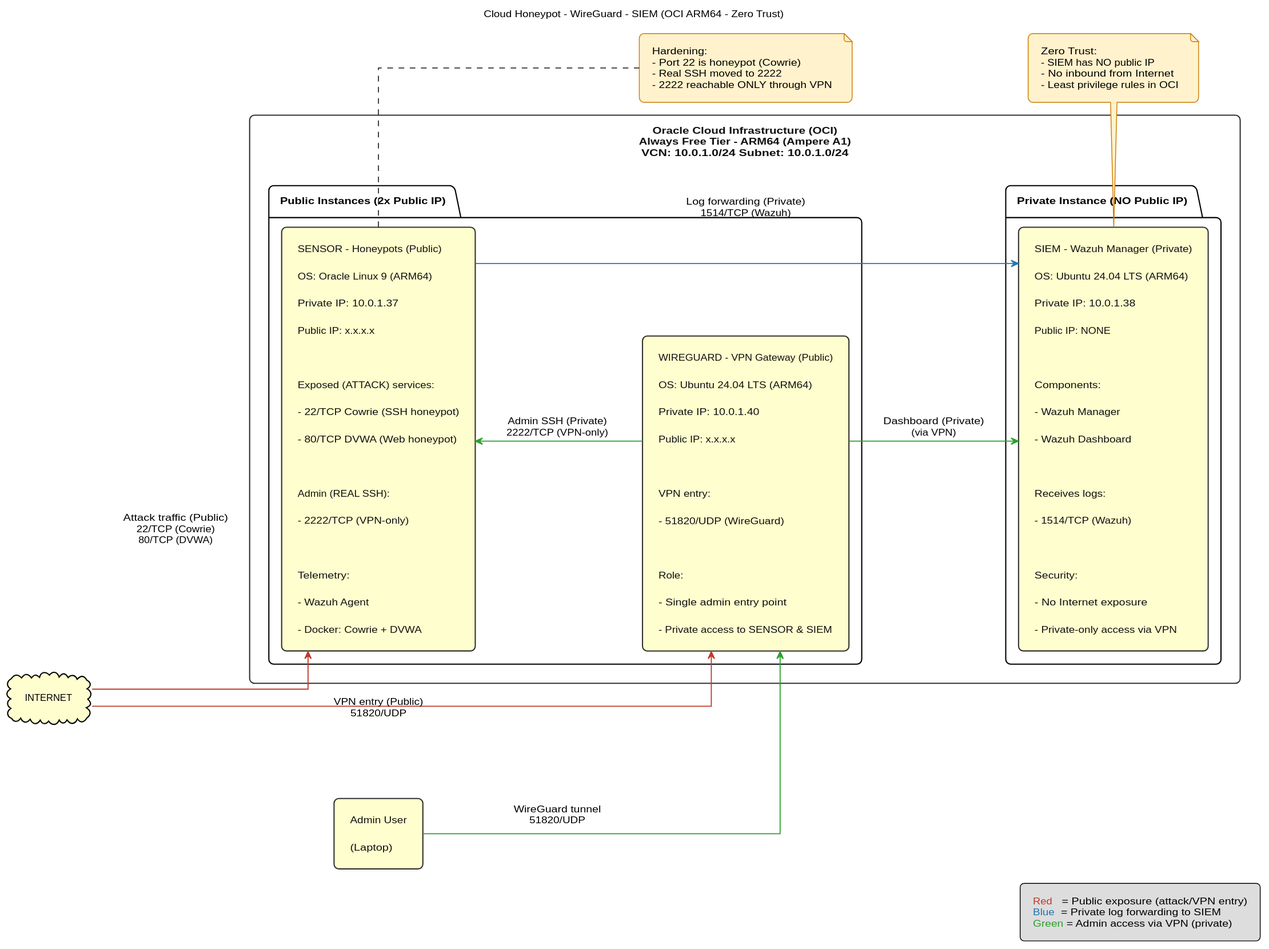
The PlantUML diagram diagrams/topologia.svg in Daizfer/honeypot-oraclecloud-siem, before a commit.
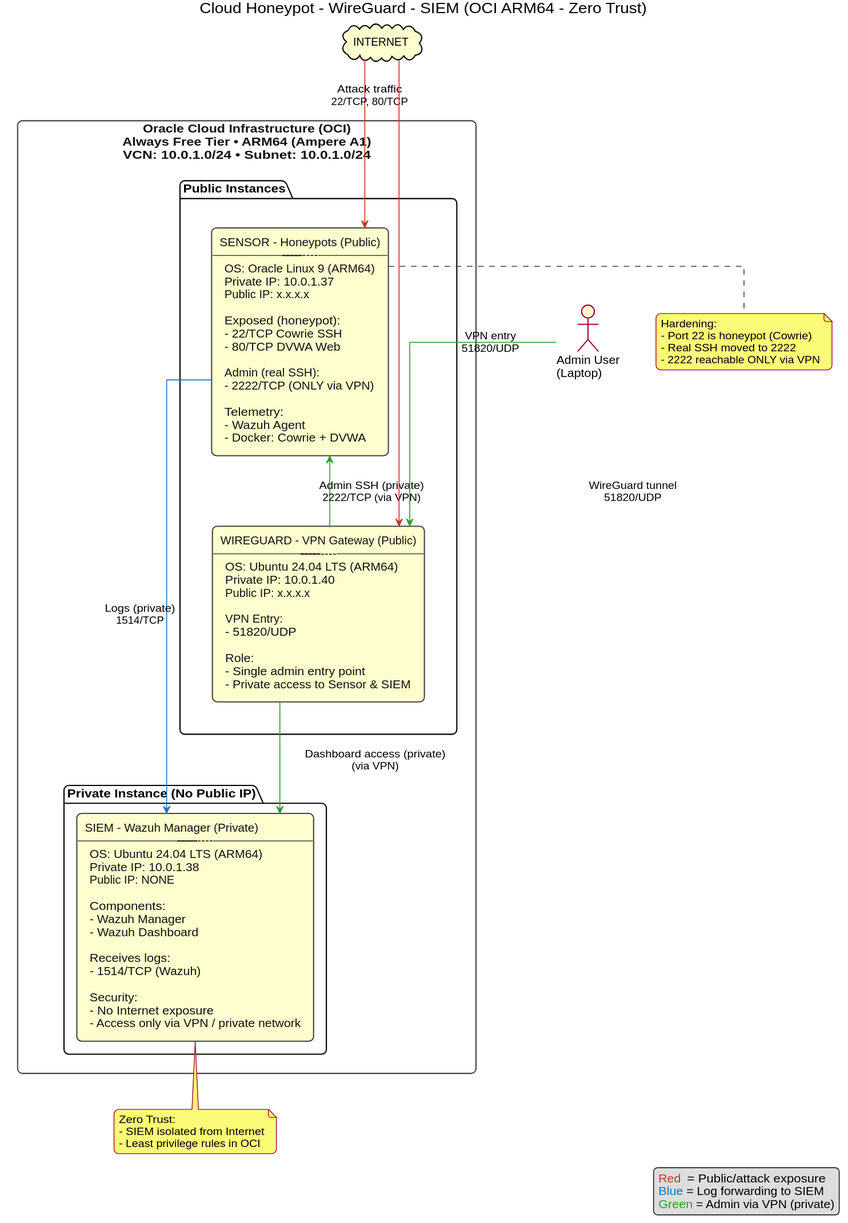
Above is the later version.

Commit message:
Auto-render PlantUML diagrams

Diff of the diagram source:
```diff
@@ -1,76 +1,72 @@
 @startuml
+
 skinparam backgroundColor white
+skinparam defaultFontName Arial
 skinparam shadowing false
-skinparam defaultFontName Arial
-skinparam defaultFontSize 12
-skinparam Padding 10
-skinparam RectanglePadding 14
-skinparam roundCorner 12
-
-skinparam ArrowThickness 1.3
-skinparam ArrowColor #333333
-skinparam RectangleBorderColor #333333
-skinparam RectangleFontColor #111111
-
-skinparam NoteBorderColor #CC7A00
-skinparam NoteBackgroundColor #FFF2CC
+skinparam roundcorner 12
 
 skinparam linetype ortho
 skinparam nodesep 45
 skinparam ranksep 55
 
-left to right direction
+skinparam RectangleBorderColor #444444
+skinparam RectangleFontColor  #111111
+skinparam ArrowColor          #444444
+skinparam ArrowThickness      1.2
+
 title Cloud Honeypot - WireGuard - SIEM (OCI ARM64 - Zero Trust)
 
-cloud "INTERNET" as NET
-rectangle "Admin User\n(Laptop)" as ADMIN
+cloud "INTERNET" as Internet
+actor "Admin User\n(Laptop)" as Admin
 
-rectangle "Oracle Cloud Infrastructure (OCI)\nAlways Free Tier - ARM64 (Ampere A1)\nVCN: 10.0.1.0/24   Subnet: 10.0.1.0/24" as OCI {
+rectangle "Oracle Cloud Infrastructure (OCI)\nAlways Free Tier • ARM64 (Ampere A1)\nVCN: 10.0.1.0/24 • Subnet: 10.0.1.0/24" as OCI {
 
-  package "Public Instances (2x Public IP)" as PUB {
+  package "Public Instances" as PUB {
 
-    rectangle "SENSOR - Honeypots (Public)\nOS: Oracle Linux 9 (ARM64)\nPrivate IP: 10.0.1.37\nPublic IP: x.x.x.x\n\nExposed (ATTACK) services:\n- 22/TCP  Cowrie (SSH honeypot)\n- 80/TCP  DVWA (Web honeypot)\n\nAdmin (REAL SSH):\n- 2222/TCP  (VPN-only)\n\nTelemetry:\n- Wazuh Agent\n- Docker: Cowrie + DVWA" as SENSOR
+    together {
+      rectangle "SENSOR - Honeypots (Public)\n---------------------------------\nOS: Oracle Linux 9 (ARM64)\nPrivate IP: 10.0.1.37\nPublic IP: x.x.x.x\n\nExposed (honeypot):\n- 22/TCP  Cowrie SSH\n- 80/TCP  DVWA Web\n\nAdmin (real SSH):\n- 2222/TCP  (ONLY via VPN)\n\nTelemetry:\n- Wazuh Agent\n- Docker: Cowrie + DVWA" as Sensor
 
-    rectangle "WIREGUARD - VPN Gateway (Public)\nOS: Ubuntu 24.04 LTS (ARM64)\nPrivate IP: 10.0.1.40\nPublic IP: x.x.x.x\n\nVPN entry:\n- 51820/UDP (WireGuard)\n\nRole:\n- Single admin entry point\n- Private access to SENSOR & SIEM" as WG
+      rectangle "WIREGUARD - VPN Gateway (Public)\n---------------------------------\nOS: Ubuntu 24.04 LTS (ARM64)\nPrivate IP: 10.0.1.40\nPublic IP: x.x.x.x\n\nVPN Entry:\n- 51820/UDP\n\nRole:\n- Single admin entry point\n- Private access to Sensor & SIEM" as WG
+    }
 
-    SENSOR -[hidden]-> WG
+    Sensor -[hidden]-> WG
   }
 
-  package "Private Instance (NO Public IP)" as PRIV {
-    rectangle "SIEM - Wazuh Manager (Private)\nOS: Ubuntu 24.04 LTS (ARM64)\nPrivate IP: 10.0.1.38\nPublic IP: NONE\n\nComponents:\n- Wazuh Manager\n- Wazuh Dashboard\n\nReceives logs:\n- 1514/TCP (Wazuh)\n\nSecurity:\n- No Internet exposure\n- Private-only access via VPN" as SIEM
+  package "Private Instance (No Public IP)" as PRIV {
+    rectangle "SIEM - Wazuh Manager (Private)\n---------------------------------\nOS: Ubuntu 24.04 LTS (ARM64)\nPrivate IP: 10.0.1.38\nPublic IP: NONE\n\nComponents:\n- Wazuh Manager\n- Wazuh Dashboard\n\nReceives logs:\n- 1514/TCP (Wazuh)\n\nSecurity:\n- No Internet exposure\n- Access only via VPN / private network" as SIEM
   }
 
   WG -[hidden]-> SIEM
-  SENSOR -[hidden]-> SIEM
+  Sensor -[hidden]-> SIEM
 }
 
-NET -[#C0392B]-> SENSOR : Attack traffic (Public)\n22/TCP (Cowrie)\n80/TCP (DVWA)
-NET -[#C0392B]-> WG     : VPN entry (Public)\n51820/UDP
 
-SENSOR -[#1F77B4]-> SIEM : Log forwarding (Private)\n1514/TCP (Wazuh)
+Internet -[#C0392B]-> Sensor : Attack traffic\n22/TCP, 80/TCP
+Internet -[#C0392B]-> WG     : VPN entry\n51820/UDP
 
-ADMIN -[#2CA02C]-> WG     : WireGuard tunnel\n51820/UDP
-WG    -[#2CA02C]-> SENSOR : Admin SSH (Private)\n2222/TCP (VPN-only)
-WG    -[#2CA02C]-> SIEM   : Dashboard (Private)\n(via VPN)
+Sensor -[#1F77B4]-> SIEM : Logs (private)\n1514/TCP
 
-note right of SENSOR
+Admin  -[#2CA02C]-> WG   : WireGuard tunnel\n51820/UDP
+WG     -[#2CA02C]-> Sensor : Admin SSH (private)\n2222/TCP (via VPN)
+WG     -[#2CA02C]-> SIEM   : Dashboard access (private)\n(via VPN)
+
+note right of Sensor
 Hardening:
 - Port 22 is honeypot (Cowrie)
 - Real SSH moved to 2222
-- 2222 reachable ONLY through VPN
+- 2222 reachable ONLY via VPN
 end note
 
 note bottom of SIEM
 Zero Trust:
-- SIEM has NO public IP
-- No inbound from Internet
+- SIEM isolated from Internet
 - Least privilege rules in OCI
 end note
 
 legend right
-<color:#C0392B>Red</color>   = Public exposure (attack/VPN entry)
-<color:#1F77B4>Blue</color>  = Private log forwarding to SIEM
-<color:#2CA02C>Green</color> = Admin access via VPN (private)
+<color:#C0392B>Red</color>  = Public/attack exposure
+<color:#1F77B4>Blue</color> = Log forwarding to SIEM
+<color:#2CA02C>Green</color> = Admin via VPN (private)
 endlegend
 
 @enduml
```
